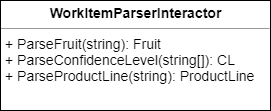
plainionist/plainionist.github.io keeps this draw.io diagram as assets/clean-architecture/WorkitemParserInteractor.png. Above is the earlier version. Source tidied: cells renumbered, new cells last; positions are measured from the earlier drawing's top-left corner, leaving out a move shared by most shapes.
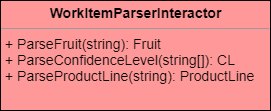
Later version of the same file.

Diff of the diagram source:
```diff
@@ -2,7 +2,7 @@
   <root>
     <mxCell id="0" />
     <mxCell id="1" parent="0" />
-    <mxCell id="2" value="&lt;p style=&quot;margin: 0px ; margin-top: 4px ; text-align: center&quot;&gt;&lt;b&gt;WorkItemParserInteractor&lt;/b&gt;&lt;/p&gt;&lt;hr size=&quot;1&quot;&gt;&lt;p style=&quot;margin: 0px ; margin-left: 4px&quot;&gt;&lt;/p&gt;&lt;p style=&quot;margin: 0px ; margin-left: 4px&quot;&gt;+ ParseFruit(string): Fruit&lt;/p&gt;&lt;p style=&quot;margin: 0px ; margin-left: 4px&quot;&gt;+ ParseConfidenceLevel(string[]): CL&lt;/p&gt;&lt;p style=&quot;margin: 0px ; margin-left: 4px&quot;&gt;+ ParseProductLine(string): ProductLine&lt;/p&gt;" style="verticalAlign=top;align=left;overflow=fill;fontSize=14;fontFamily=Helvetica;html=1;fillColor=#FFFFFF;" parent="1" vertex="1">
+    <mxCell id="2" value="&lt;p style=&quot;margin: 0px ; margin-top: 4px ; text-align: center&quot;&gt;&lt;b&gt;WorkItemParserInteractor&lt;/b&gt;&lt;/p&gt;&lt;hr size=&quot;1&quot;&gt;&lt;p style=&quot;margin: 0px ; margin-left: 4px&quot;&gt;&lt;/p&gt;&lt;p style=&quot;margin: 0px ; margin-left: 4px&quot;&gt;+ ParseFruit(string): Fruit&lt;/p&gt;&lt;p style=&quot;margin: 0px ; margin-left: 4px&quot;&gt;+ ParseConfidenceLevel(string[]): CL&lt;/p&gt;&lt;p style=&quot;margin: 0px ; margin-left: 4px&quot;&gt;+ ParseProductLine(string): ProductLine&lt;/p&gt;" style="verticalAlign=top;align=left;overflow=fill;fontSize=14;fontFamily=Helvetica;html=1;fillColor=#FF9999;" parent="1" vertex="1">
       <mxGeometry width="270" height="110" as="geometry" />
     </mxCell>
   </root>
```
